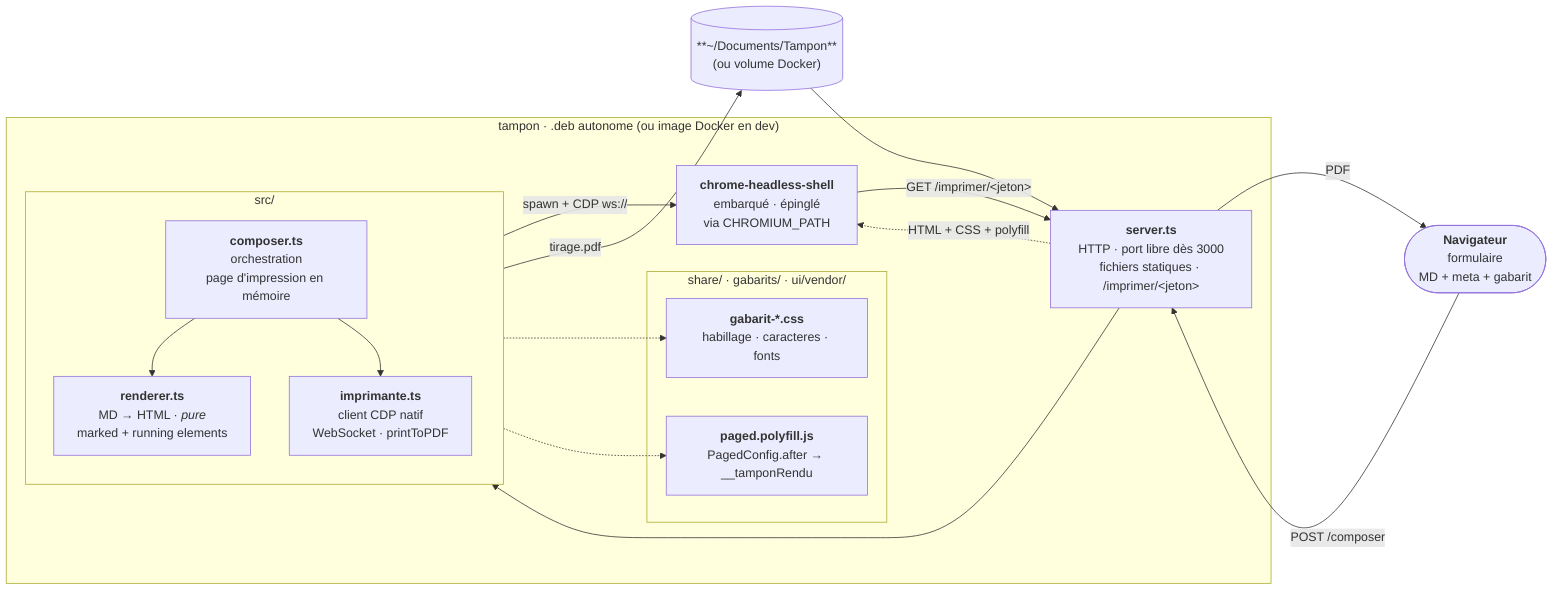
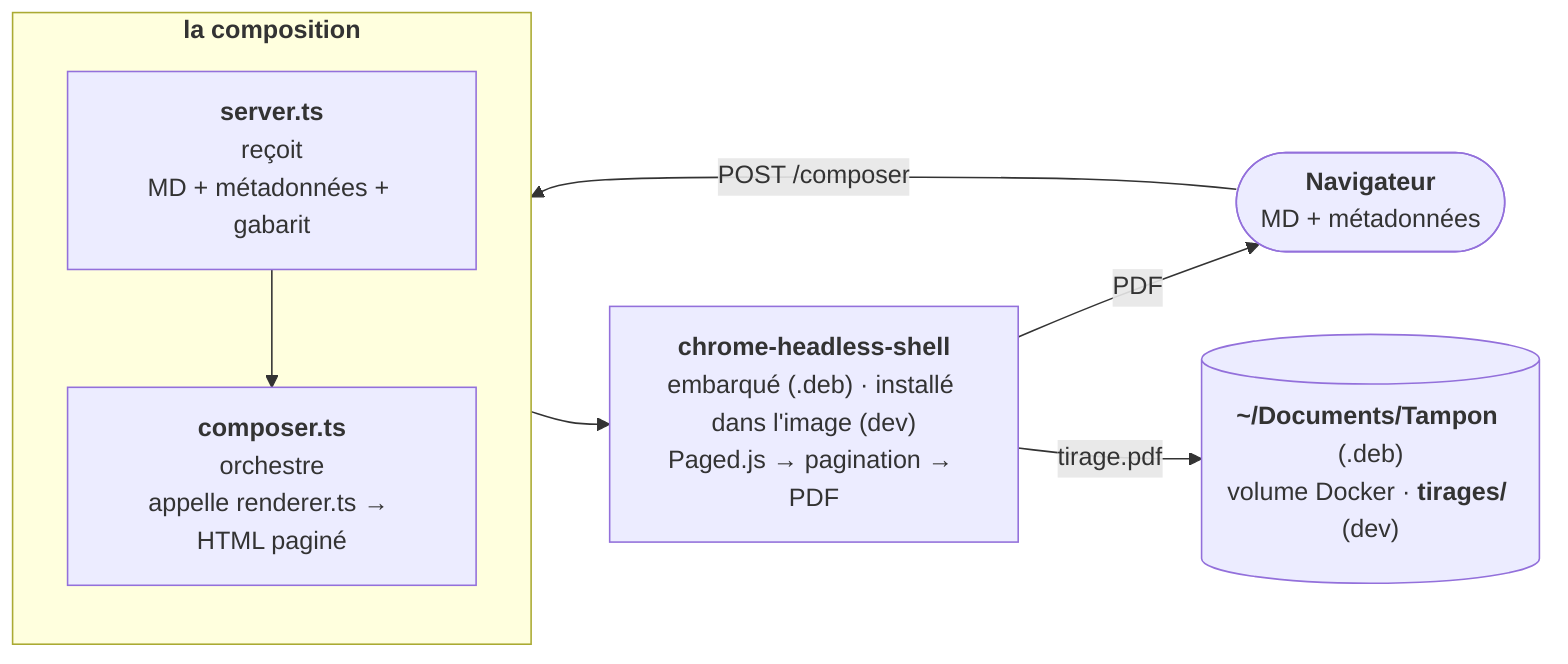
flowchart LR
    USER(["`**Navigateur**
-     formulaire
-     MD + meta + gabarit`"])
+     MD + métadonnées`"])

-     subgraph BUNDLE["tampon · .deb autonome (ou image Docker en dev)"]
- 
+     subgraph COMPO["`**la composition**`"]
+         direction TB
        SRV["`**server.ts**
-         HTTP · port libre dès 3000
-         fichiers statiques · /imprimer/&lt;jeton&gt;`"]
- 
-         subgraph SRC["src/"]
-             direction TB
-             R["`**renderer.ts**
-             MD → HTML · *pure*
-             marked + running elements`"]
-             C["`**composer.ts**
-             orchestration
-             page d'impression en mémoire`"]
-             I["`**imprimante.ts**
-             client CDP natif
-             WebSocket · printToPDF`"]
-             C --> R
-             C --> I
-         end
- 
-         CHROM["`**chrome-headless-shell**
-         embarqué · épinglé
-         via CHROMIUM_PATH`"]
- 
-         subgraph ASSETS["share/ · gabarits/ · ui/vendor/"]
-             CSS["`**gabarit-*.css**
-             habillage · caracteres · fonts`"]
-             POLYFILL["`**paged.polyfill.js**
-             PagedConfig.after → __tamponRendu`"]
-         end
- 
+         reçoit
+         MD + métadonnées + gabarit`"]
+         COMPOSER["`**composer.ts**
+         orchestre
+         appelle renderer.ts → HTML paginé`"]
+         SRV --> COMPOSER
    end

-     TIRAGES[("**~/Documents/Tampon**
-     (ou volume Docker)")]
+     CHROM["`**chrome-headless-shell**
+     embarqué (.deb) · installé dans l'image (dev)
+     Paged.js → pagination → PDF`"]

-     USER    -->|"POST /composer"| SRV
-     SRV     --> C
-     I       -->|"spawn + CDP ws://"| CHROM
-     CHROM   -->|"GET /imprimer/&lt;jeton&gt;"| SRV
-     SRV     -.->|"HTML + CSS + polyfill"| CHROM
-     I       -->|"tirage.pdf"| TIRAGES
-     TIRAGES --> SRV
-     SRV     -->|"PDF"| USER
+     DEST[("`**~/Documents/Tampon** (.deb)
+     volume Docker · **tirages/** (dev)`")]

-     R -.-> CSS & POLYFILL
+     USER -->|"POST /composer"| SRV
+     COMPOSER --> CHROM
+     CHROM -->|"PDF"| USER
+     CHROM -->|"tirage.pdf"| DEST
